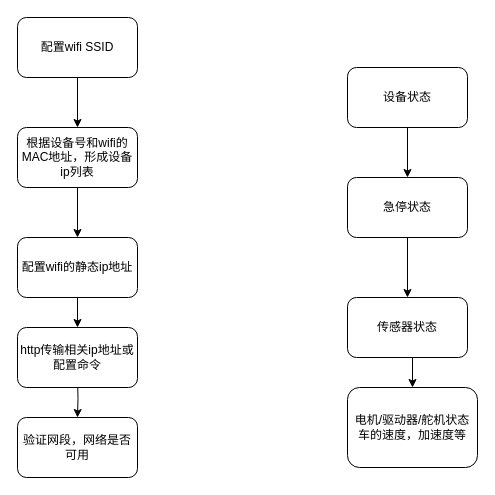
Above: Untitled Diagram.drawio in yyjqr/IMU (draw.io), before the change. Source tidied: cells renumbered, new cells numbered last; positions are measured from the earlier drawing's top-left corner, leaving out a move shared by most shapes. Both pictures are drawn from the tidied source at 100%, with x=0, y=0 at pixel (17, 17).
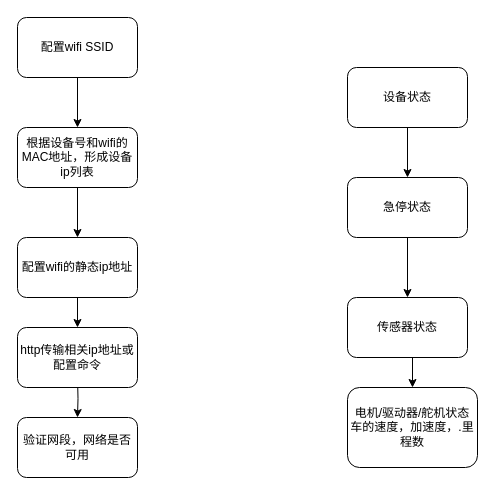
After the change.

Change to the diagram source:
```diff
@@
 <mxGraphModel>
   <root>
     <mxCell id="0" />
     <mxCell id="1" parent="0" />
     <mxCell id="2" style="edgeStyle=orthogonalEdgeStyle;rounded=0;jettySize=auto;html=1;entryX=0.5;entryY=0;entryDx=0;entryDy=0;" parent="1" edge="1" source="3" target="8">
       <mxGeometry relative="1" as="geometry" />
     </mxCell>
     <mxCell id="3" value="配置wifi SSID" style="rounded=1;whiteSpace=wrap;html=1;" parent="1" vertex="1">
       <mxGeometry width="120" height="60" as="geometry" />
     </mxCell>
     <mxCell id="4" style="edgeStyle=orthogonalEdgeStyle;rounded=0;jettySize=auto;html=1;entryX=0.5;entryY=0;entryDx=0;entryDy=0;" parent="1" edge="1" target="9">
       <mxGeometry relative="1" as="geometry">
         <mxPoint x="60" y="360" as="sourcePoint" />
       </mxGeometry>
     </mxCell>
     <mxCell id="5" style="edgeStyle=orthogonalEdgeStyle;rounded=0;jettySize=auto;html=1;" parent="1" edge="1" source="6" target="14">
       <mxGeometry relative="1" as="geometry" />
     </mxCell>
     <mxCell id="6" value="配置wifi的静态ip地址" style="rounded=1;whiteSpace=wrap;html=1;" parent="1" vertex="1">
       <mxGeometry y="220" width="120" height="60" as="geometry" />
     </mxCell>
     <mxCell id="7" style="edgeStyle=orthogonalEdgeStyle;rounded=0;jettySize=auto;html=1;" parent="1" edge="1" source="8" target="6">
       <mxGeometry relative="1" as="geometry" />
     </mxCell>
     <mxCell id="8" value="根据设备号和wifi的MAC地址，形成设备ip列表" style="rounded=1;whiteSpace=wrap;html=1;" parent="1" vertex="1">
       <mxGeometry y="110" width="120" height="60" as="geometry" />
     </mxCell>
     <mxCell id="9" value="验证网段，网络是否可用" style="rounded=1;whiteSpace=wrap;html=1;" parent="1" vertex="1">
       <mxGeometry y="400" width="120" height="60" as="geometry" />
     </mxCell>
     <mxCell id="10" style="edgeStyle=orthogonalEdgeStyle;rounded=0;jettySize=auto;html=1;entryX=0.5;entryY=0;entryDx=0;entryDy=0;" parent="1" edge="1" source="11" target="13">
       <mxGeometry relative="1" as="geometry" />
     </mxCell>
     <mxCell id="11" value="设备状态" style="rounded=1;whiteSpace=wrap;html=1;" parent="1" vertex="1">
       <mxGeometry x="330" y="50" width="120" height="60" as="geometry" />
     </mxCell>
     <mxCell id="12" style="edgeStyle=orthogonalEdgeStyle;rounded=0;jettySize=auto;html=1;exitX=0.5;exitY=1;exitDx=0;exitDy=0;" parent="1" edge="1" source="13" target="16">
       <mxGeometry relative="1" as="geometry" />
     </mxCell>
     <mxCell id="13" value="急停状态" style="rounded=1;whiteSpace=wrap;html=1;" parent="1" vertex="1">
       <mxGeometry x="330" y="160" width="120" height="60" as="geometry" />
     </mxCell>
     <mxCell id="14" value="http传输相关ip地址或配置命令" style="rounded=1;whiteSpace=wrap;html=1;" parent="1" vertex="1">
       <mxGeometry y="310" width="120" height="60" as="geometry" />
     </mxCell>
     <mxCell id="15" style="edgeStyle=orthogonalEdgeStyle;rounded=0;jettySize=auto;html=1;exitX=0.5;exitY=1;exitDx=0;exitDy=0;entryX=0.5;entryY=0;entryDx=0;entryDy=0;" parent="1" edge="1" source="16" target="17">
       <mxGeometry relative="1" as="geometry" />
     </mxCell>
     <mxCell id="16" value="传感器状态" style="rounded=1;whiteSpace=wrap;html=1;" parent="1" vertex="1">
       <mxGeometry x="330" y="280" width="120" height="60" as="geometry" />
     </mxCell>
-    <mxCell id="17" value="电机/驱动器/舵机状态&lt;br&gt;车的速度，加速度等" style="rounded=1;whiteSpace=wrap;html=1;" parent="1" vertex="1">
+    <mxCell id="17" value="电机/驱动器/舵机状态&lt;br&gt;车的速度，加速度，.里程数" style="rounded=1;whiteSpace=wrap;html=1;" parent="1" vertex="1">
       <mxGeometry x="330" y="370" width="130" height="80" as="geometry" />
     </mxCell>
   </root>
 </mxGraphModel>
```
